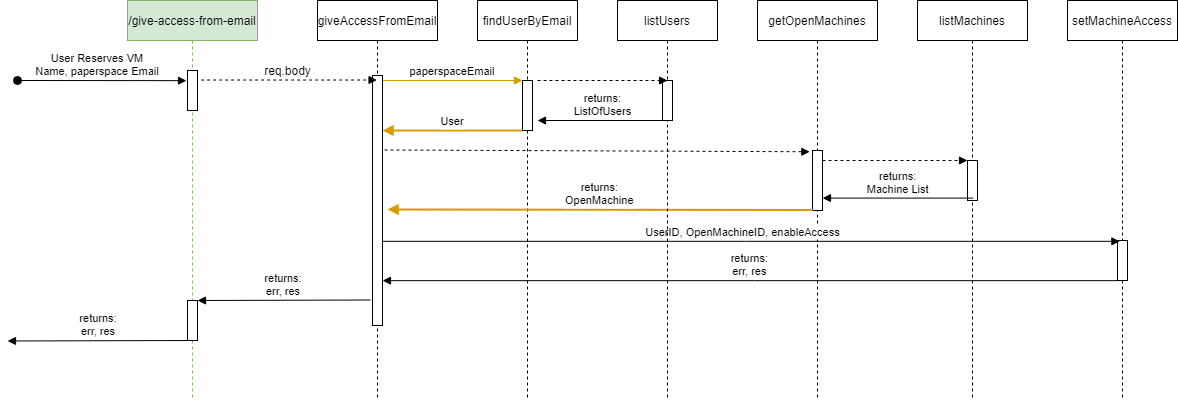
jayjayb772/IRL-Paperspace-automation keeps this draw.io diagram as Back-end/designDocs/GiveAccessFlow.png. Above is the earlier version. Source tidied: cells renumbered, new cells last; positions are measured from the earlier drawing's top-left corner, leaving out a move shared by most shapes.
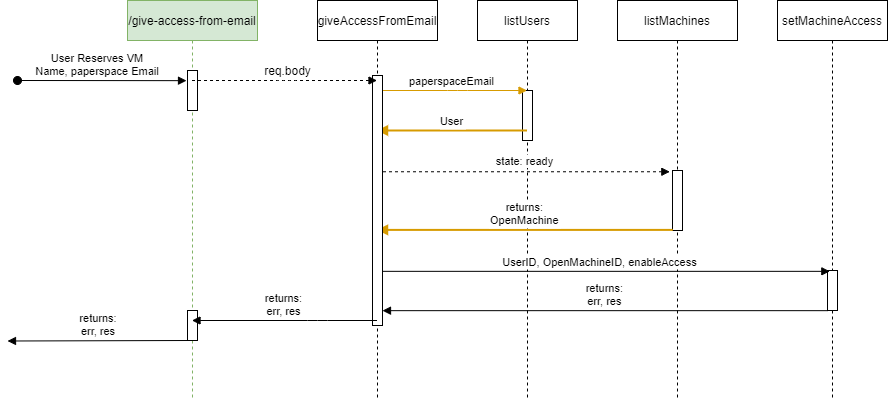
Above is the later version.

The edit, as a diff of the source:
```diff
@@ -14,43 +14,50 @@
       <mxGeometry x="60" y="70" width="10" height="40" as="geometry" />
     </mxCell>
     <mxCell id="5" style="perimeter=orthogonalPerimeter;rounded=0;shadow=0;strokeWidth=1;" parent="2" vertex="1">
-      <mxGeometry x="60" y="300" width="10" height="40" as="geometry" />
+      <mxGeometry x="60" y="310" width="10" height="30" as="geometry" />
     </mxCell>
-    <mxCell id="6" value="findUserByEmail" style="shape=umlLifeline;perimeter=lifelinePerimeter;rounded=0;shadow=0;strokeWidth=1;" parent="1" vertex="1">
+    <mxCell id="6" value="listUsers" style="shape=umlLifeline;perimeter=lifelinePerimeter;rounded=0;shadow=0;strokeWidth=1;" parent="1" vertex="1">
       <mxGeometry x="470" width="100" height="400" as="geometry" />
     </mxCell>
     <mxCell id="7" style="points=[];perimeter=orthogonalPerimeter;rounded=0;shadow=0;strokeWidth=1;" parent="6" vertex="1">
-      <mxGeometry x="45" y="80" width="10" height="50" as="geometry" />
+      <mxGeometry x="45" y="90" width="10" height="50" as="geometry" />
     </mxCell>
-    <mxCell id="8" value="paperspaceEmail" style="verticalAlign=bottom;endArrow=block;entryX=0;entryY=0;shadow=0;strokeWidth=1;fillColor=#ffe6cc;strokeColor=#d79b00;" parent="1" edge="1" source="19" target="7">
-      <mxGeometry relative="1" as="geometry" />
+    <mxCell id="8" value="paperspaceEmail" style="verticalAlign=bottom;endArrow=block;shadow=0;strokeWidth=1;fillColor=#ffe6cc;strokeColor=#d79b00;" parent="1" edge="1" source="18" target="6">
+      <mxGeometry relative="1" as="geometry">
+        <Array as="points">
+          <mxPoint x="450" y="90" />
+        </Array>
+      </mxGeometry>
     </mxCell>
-    <mxCell id="9" value="User" style="verticalAlign=bottom;endArrow=block;shadow=0;strokeWidth=2;fillColor=#ffe6cc;strokeColor=#d79b00;" parent="1" edge="1" source="7" target="19">
+    <mxCell id="9" value="User" style="verticalAlign=bottom;endArrow=block;shadow=0;strokeWidth=2;fillColor=#ffe6cc;strokeColor=#d79b00;" parent="1" edge="1" source="6" target="18">
       <mxGeometry relative="1" as="geometry">
         <Array as="points">
           <mxPoint x="430" y="130" />
         </Array>
       </mxGeometry>
     </mxCell>
-    <mxCell id="10" value="getOpenMachines" style="shape=umlLifeline;perimeter=lifelinePerimeter;rounded=0;shadow=0;strokeWidth=1;" parent="1" vertex="1">
-      <mxGeometry x="750" width="120" height="400" as="geometry" />
+    <mxCell id="10" value="listMachines" style="shape=umlLifeline;perimeter=lifelinePerimeter;rounded=0;shadow=0;strokeWidth=1;" parent="1" vertex="1">
+      <mxGeometry x="610" width="120" height="400" as="geometry" />
     </mxCell>
     <mxCell id="11" style="points=[];perimeter=orthogonalPerimeter;rounded=0;shadow=0;strokeWidth=1;" parent="10" vertex="1">
-      <mxGeometry x="55" y="150" width="10" height="60" as="geometry" />
+      <mxGeometry x="55" y="170" width="10" height="60" as="geometry" />
     </mxCell>
-    <mxCell id="12" style="verticalAlign=bottom;endArrow=block;shadow=0;strokeWidth=1;dashed=1;exitX=1.2;exitY=0.298;exitDx=0;exitDy=0;exitPerimeter=0;entryX=-0.267;entryY=0.021;entryDx=0;entryDy=0;entryPerimeter=0;" parent="1" edge="1" source="19" target="11">
+    <mxCell id="12" style="verticalAlign=bottom;endArrow=block;shadow=0;strokeWidth=1;dashed=1;entryX=-0.267;entryY=0.021;entryDx=0;entryDy=0;entryPerimeter=0;" parent="1" edge="1" source="18" target="11">
       <mxGeometry relative="1" as="geometry" />
     </mxCell>
+    <mxCell id="32" value="state: ready" style="edgeLabel;html=1;align=center;verticalAlign=middle;" parent="12" vertex="1">
+      <mxGeometry x="0.15" y="1" relative="1" as="geometry">
+        <mxPoint x="-21" y="-9.5" as="offset" />
+      </mxGeometry>
+    </mxCell>
-    <mxCell id="13" value="returns:&#10;OpenMachine" style="verticalAlign=bottom;endArrow=block;shadow=0;strokeWidth=2;exitX=0.029;exitY=0.99;exitDx=0;exitDy=0;exitPerimeter=0;fillColor=#ffe6cc;strokeColor=#d79b00;" parent="1" edge="1" source="11">
-      <mxGeometry relative="1" as="geometry">
-        <mxPoint x="380" y="209" as="targetPoint" />
-      </mxGeometry>
+    <mxCell id="13" value="returns:&#10;OpenMachine" style="verticalAlign=bottom;endArrow=block;shadow=0;strokeWidth=2;exitX=0.029;exitY=0.99;exitDx=0;exitDy=0;exitPerimeter=0;fillColor=#ffe6cc;strokeColor=#d79b00;" parent="1" edge="1" source="11" target="18">
+      <mxGeometry relative="1" as="geometry" />
     </mxCell>
     <mxCell id="14" value="setMachineAccess" style="shape=umlLifeline;perimeter=lifelinePerimeter;rounded=0;shadow=0;strokeWidth=1;" parent="1" vertex="1">
-      <mxGeometry x="1060" width="110" height="400" as="geometry" />
+      <mxGeometry x="770" width="110" height="400" as="geometry" />
     </mxCell>
     <mxCell id="15" style="points=[];perimeter=orthogonalPerimeter;rounded=0;shadow=0;strokeWidth=1;" parent="14" vertex="1">
-      <mxGeometry x="50" y="240" width="10" height="40" as="geometry" />
+      <mxGeometry x="50" y="270" width="10" height="40" as="geometry" />
     </mxCell>
     <mxCell id="16" value="UserID, OpenMachineID, enableAccess" style="verticalAlign=bottom;endArrow=block;entryX=0.233;entryY=0.021;shadow=0;strokeWidth=1;entryDx=0;entryDy=0;entryPerimeter=0;" parent="1" edge="1" source="18" target="15">
       <mxGeometry x="-0.01" relative="1" as="geometry" />
@@ -64,15 +71,21 @@
     <mxCell id="19" style="points=[];perimeter=orthogonalPerimeter;rounded=0;shadow=0;strokeWidth=1;" parent="18" vertex="1">
       <mxGeometry x="55" y="75" width="10" height="250" as="geometry" />
     </mxCell>
-    <mxCell id="20" style="verticalAlign=bottom;endArrow=block;shadow=0;strokeWidth=1;dashed=1;exitX=1.367;exitY=0.238;exitDx=0;exitDy=0;exitPerimeter=0;" parent="1" edge="1" source="4" target="18">
-      <mxGeometry relative="1" as="geometry" />
+    <mxCell id="20" style="verticalAlign=bottom;endArrow=block;shadow=0;strokeWidth=1;dashed=1;" parent="1" edge="1" source="2" target="18">
+      <mxGeometry relative="1" as="geometry">
+        <Array as="points">
+          <mxPoint x="280" y="80" />
+        </Array>
+      </mxGeometry>
     </mxCell>
     <mxCell id="21" value="req.body" style="text;html=1;align=center;verticalAlign=middle;" parent="1" vertex="1">
       <mxGeometry x="250" y="60" width="60" height="20" as="geometry" />
     </mxCell>
-    <mxCell id="22" value="returns:&#10;err, res" style="verticalAlign=bottom;endArrow=block;shadow=0;strokeWidth=1;exitX=-0.2;exitY=0.898;exitDx=0;exitDy=0;exitPerimeter=0;" parent="1" edge="1" source="19">
+    <mxCell id="22" value="returns:&#10;err, res" style="verticalAlign=bottom;endArrow=block;shadow=0;strokeWidth=1;" parent="1" edge="1" source="18" target="2">
       <mxGeometry relative="1" as="geometry">
-        <mxPoint x="190" y="300" as="targetPoint" />
+        <Array as="points">
+          <mxPoint x="310" y="320" />
+        </Array>
       </mxGeometry>
     </mxCell>
     <mxCell id="23" value="returns:&#10;err, res" style="verticalAlign=bottom;endArrow=block;shadow=0;strokeWidth=1;exitX=-0.2;exitY=0.898;exitDx=0;exitDy=0;exitPerimeter=0;" parent="1" edge="1">
@@ -81,39 +94,5 @@
         <mxPoint y="340.5" as="targetPoint" />
       </mxGeometry>
     </mxCell>
-    <mxCell id="24" value="listMachines" style="shape=umlLifeline;perimeter=lifelinePerimeter;rounded=0;shadow=0;strokeWidth=1;" parent="1" vertex="1">
-      <mxGeometry x="910" width="110" height="400" as="geometry" />
-    </mxCell>
-    <mxCell id="25" style="points=[];perimeter=orthogonalPerimeter;rounded=0;shadow=0;strokeWidth=1;" parent="24" vertex="1">
-      <mxGeometry x="50" y="160" width="10" height="40" as="geometry" />
-    </mxCell>
-    <mxCell id="26" style="verticalAlign=bottom;endArrow=block;shadow=0;strokeWidth=1;dashed=1;" parent="1" edge="1" source="11" target="25">
-      <mxGeometry relative="1" as="geometry">
-        <Array as="points">
-          <mxPoint x="900" y="160" />
-        </Array>
-      </mxGeometry>
-    </mxCell>
-    <mxCell id="27" value="returns:&#10;Machine List" style="verticalAlign=bottom;endArrow=block;shadow=0;strokeWidth=1;exitX=0.506;exitY=0.494;exitDx=0;exitDy=0;exitPerimeter=0;" parent="1" edge="1" source="24" target="11">
-      <mxGeometry relative="1" as="geometry" />
-    </mxCell>
-    <mxCell id="28" value="listUsers" style="shape=umlLifeline;perimeter=lifelinePerimeter;rounded=0;shadow=0;strokeWidth=1;" parent="1" vertex="1">
-      <mxGeometry x="610" width="100" height="400" as="geometry" />
-    </mxCell>
-    <mxCell id="29" style="perimeter=orthogonalPerimeter;rounded=0;shadow=0;strokeWidth=1;" parent="28" vertex="1">
-      <mxGeometry x="45" y="80" width="10" height="40" as="geometry" />
-    </mxCell>
-    <mxCell id="30" style="verticalAlign=bottom;endArrow=block;entryX=0;entryY=0;shadow=0;strokeWidth=1;dashed=1;" parent="1" edge="1">
-      <mxGeometry relative="1" as="geometry">
-        <mxPoint x="530" y="80" as="sourcePoint" />
-        <mxPoint x="660" y="80" as="targetPoint" />
-      </mxGeometry>
-    </mxCell>
-    <mxCell id="31" value="returns:&#10;ListOfUsers" style="verticalAlign=bottom;endArrow=block;shadow=0;strokeWidth=1;entryX=0.536;entryY=0.314;entryDx=0;entryDy=0;entryPerimeter=0;" parent="1" edge="1">
-      <mxGeometry relative="1" as="geometry">
-        <mxPoint x="661.4" y="120" as="sourcePoint" />
-        <mxPoint x="530" y="120" as="targetPoint" />
-      </mxGeometry>
-    </mxCell>
   </root>
 </mxGraphModel>
```
